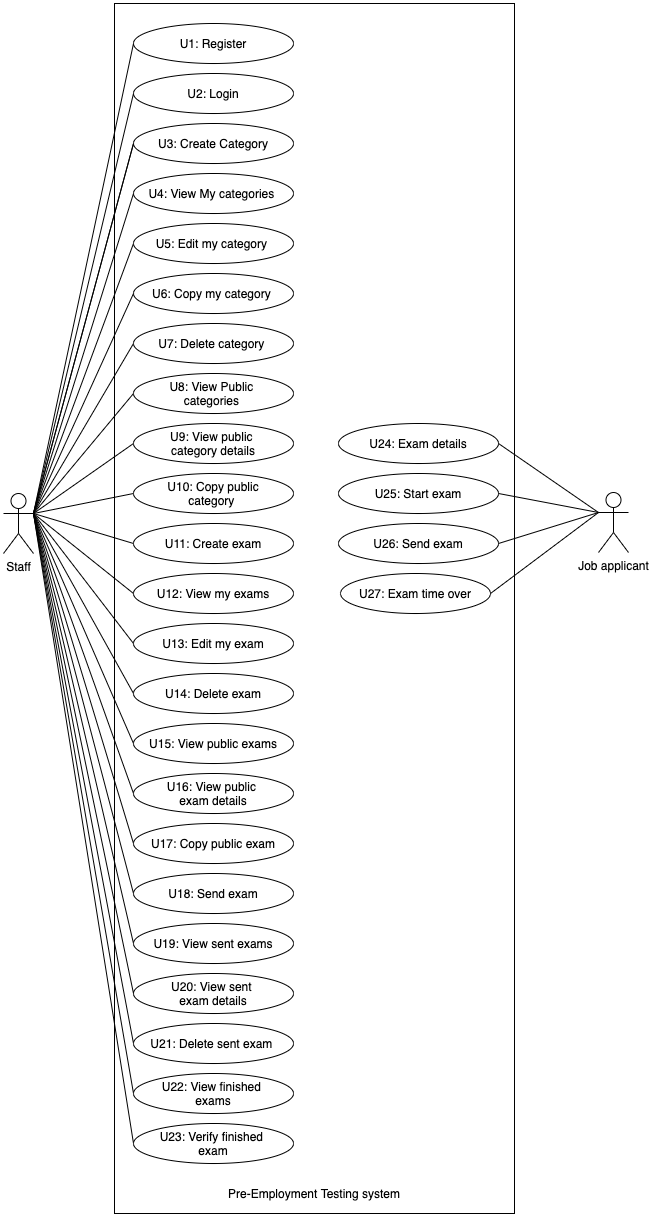
satawatnack/IT-KMITL-Latex keeps this draw.io diagram as COOP report/images/examaUseCaseDiagram .png. Above is the earlier version. Source tidied: cells renumbered, new cells last; positions are measured from the earlier drawing's top-left corner, leaving out a move shared by most shapes.
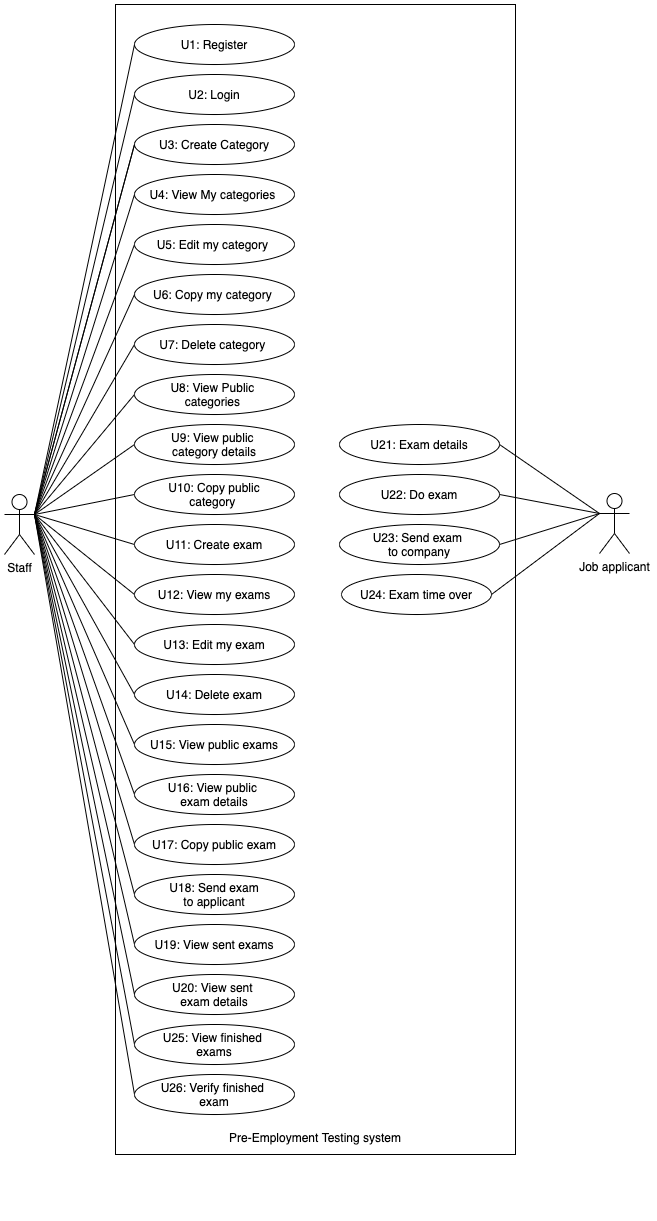
The same file after the commit.

Change to the diagram source:
```diff
@@ -6,7 +6,7 @@
       <mxGeometry y="490" width="30" height="60" as="geometry" />
     </mxCell>
     <mxCell id="3" style="rounded=0;whiteSpace=wrap;html=1;" parent="1" vertex="1">
-      <mxGeometry x="111" width="400" height="1210" as="geometry" />
+      <mxGeometry x="111" width="400" height="1150" as="geometry" />
     </mxCell>
     <mxCell id="4" value="U1: Register" style="ellipse;whiteSpace=wrap;html=1;" parent="1" vertex="1">
       <mxGeometry x="130" y="20" width="160" height="40" as="geometry" />
@@ -17,7 +17,7 @@
       </mxGeometry>
     </mxCell>
     <mxCell id="6" value="Pre-Employment Testing system" style="text;html=1;strokeColor=none;fillColor=none;align=center;verticalAlign=middle;whiteSpace=wrap;rounded=0;" parent="1" vertex="1">
-      <mxGeometry x="221" y="1180" width="180" height="20" as="geometry" />
+      <mxGeometry x="221" y="1123" width="180" height="20" as="geometry" />
     </mxCell>
     <mxCell id="7" value="U2: Login" style="ellipse;whiteSpace=wrap;html=1;" parent="1" vertex="1">
       <mxGeometry x="130" y="70" width="160" height="40" as="geometry" />
@@ -82,9 +82,6 @@
     <mxCell id="27" style="endArrow=none;html=1;entryX=0;entryY=0.5;entryDx=0;entryDy=0;exitX=1;exitY=0.3333333333333333;exitDx=0;exitDy=0;exitPerimeter=0;" parent="1" edge="1" source="2" target="46">
       <mxGeometry relative="1" as="geometry" />
     </mxCell>
-    <mxCell id="28" style="endArrow=none;html=1;entryX=0;entryY=0.5;entryDx=0;entryDy=0;exitX=1;exitY=0.3333333333333333;exitDx=0;exitDy=0;exitPerimeter=0;" parent="1" edge="1" source="2" target="48">
-      <mxGeometry relative="1" as="geometry" />
-    </mxCell>
     <mxCell id="29" style="endArrow=none;html=1;entryX=0;entryY=0.5;entryDx=0;entryDy=0;exitX=1;exitY=0.3333333333333333;exitDx=0;exitDy=0;exitPerimeter=0;" parent="1" edge="1" source="2" target="47">
       <mxGeometry relative="1" as="geometry" />
     </mxCell>
@@ -106,14 +103,14 @@
     <mxCell id="35" value="U15: View public exams" style="ellipse;whiteSpace=wrap;html=1;" parent="31" vertex="1">
       <mxGeometry y="500" width="160" height="40" as="geometry" />
     </mxCell>
-    <mxCell id="36" value="U18: Send exam" style="ellipse;whiteSpace=wrap;html=1;" parent="31" vertex="1">
+    <mxCell id="36" value="U18: Send exam&lt;br&gt;to&amp;nbsp;applicant" style="ellipse;whiteSpace=wrap;html=1;" parent="31" vertex="1">
       <mxGeometry y="650" width="160" height="40" as="geometry" />
     </mxCell>
     <mxCell id="37" value="U19: View sent exams" style="ellipse;whiteSpace=wrap;html=1;" parent="31" vertex="1">
       <mxGeometry y="700" width="160" height="40" as="geometry" />
     </mxCell>
-    <mxCell id="38" value="U22: View finished &lt;br&gt;exams" style="ellipse;whiteSpace=wrap;html=1;" parent="31" vertex="1">
-      <mxGeometry y="850" width="160" height="40" as="geometry" />
+    <mxCell id="38" value="U25: View finished &lt;br&gt;exams" style="ellipse;whiteSpace=wrap;html=1;" parent="31" vertex="1">
+      <mxGeometry y="800" width="160" height="40" as="geometry" />
     </mxCell>
     <mxCell id="39" value="U5: Edit my category&amp;nbsp;" style="ellipse;whiteSpace=wrap;html=1;" parent="31" vertex="1">
       <mxGeometry width="160" height="40" as="geometry" />
@@ -139,12 +136,9 @@
     <mxCell id="46" value="U16: View public &lt;br&gt;exam details" style="ellipse;whiteSpace=wrap;html=1;" parent="31" vertex="1">
       <mxGeometry y="550" width="160" height="40" as="geometry" />
     </mxCell>
-    <mxCell id="47" value="U23: Verify finished &lt;br&gt;exam" style="ellipse;whiteSpace=wrap;html=1;" parent="31" vertex="1">
-      <mxGeometry y="900" width="160" height="40" as="geometry" />
+    <mxCell id="47" value="U26: Verify finished &lt;br&gt;exam" style="ellipse;whiteSpace=wrap;html=1;" parent="31" vertex="1">
+      <mxGeometry y="850" width="160" height="40" as="geometry" />
     </mxCell>
-    <mxCell id="48" value="U21: Delete sent exam&amp;nbsp;" style="ellipse;whiteSpace=wrap;html=1;" parent="31" vertex="1">
-      <mxGeometry y="800" width="160" height="40" as="geometry" />
-    </mxCell>
     <mxCell id="49" value="U20: View sent &lt;br&gt;exam details" style="ellipse;whiteSpace=wrap;html=1;" parent="31" vertex="1">
       <mxGeometry y="750" width="160" height="40" as="geometry" />
     </mxCell>
@@ -163,13 +157,13 @@
     <mxCell id="54" value="Job applicant" style="shape=umlActor;verticalLabelPosition=bottom;labelBackgroundColor=#ffffff;verticalAlign=top;html=1;outlineConnect=0;" parent="53" vertex="1">
       <mxGeometry x="260" y="77" width="30" height="60" as="geometry" />
     </mxCell>
-    <mxCell id="55" value="U24: Exam details" style="ellipse;whiteSpace=wrap;html=1;" parent="53" vertex="1">
+    <mxCell id="55" value="U21: Exam details" style="ellipse;whiteSpace=wrap;html=1;" parent="53" vertex="1">
       <mxGeometry y="8" width="160" height="40" as="geometry" />
     </mxCell>
-    <mxCell id="56" value="U25: Start exam" style="ellipse;whiteSpace=wrap;html=1;" parent="53" vertex="1">
+    <mxCell id="56" value="U22: Do exam" style="ellipse;whiteSpace=wrap;html=1;" parent="53" vertex="1">
       <mxGeometry y="58" width="160" height="40" as="geometry" />
     </mxCell>
-    <mxCell id="57" value="U26: Send exam" style="ellipse;whiteSpace=wrap;html=1;" parent="53" vertex="1">
+    <mxCell id="57" value="U23: Send exam &lt;br&gt;to company" style="ellipse;whiteSpace=wrap;html=1;" parent="53" vertex="1">
       <mxGeometry y="108" width="160" height="40" as="geometry" />
     </mxCell>
     <mxCell id="58" style="endArrow=none;html=1;entryX=0;entryY=0.3333333333333333;entryDx=0;entryDy=0;entryPerimeter=0;exitX=1;exitY=0.5;exitDx=0;exitDy=0;" parent="53" edge="1" source="55" target="54">
@@ -181,7 +175,7 @@
     <mxCell id="60" style="endArrow=none;html=1;entryX=0;entryY=0.3333333333333333;entryDx=0;entryDy=0;entryPerimeter=0;exitX=1;exitY=0.5;exitDx=0;exitDy=0;" parent="53" edge="1" source="57" target="54">
       <mxGeometry relative="1" as="geometry" />
     </mxCell>
-    <mxCell id="61" value="U27: Exam time over" style="ellipse;whiteSpace=wrap;html=1;" parent="53" vertex="1">
+    <mxCell id="61" value="U24: Exam time over" style="ellipse;whiteSpace=wrap;html=1;" parent="53" vertex="1">
       <mxGeometry x="2" y="158" width="150" height="40" as="geometry" />
     </mxCell>
     <mxCell id="62" style="endArrow=none;html=1;entryX=0;entryY=0.3333333333333333;entryDx=0;entryDy=0;entryPerimeter=0;exitX=1;exitY=0.5;exitDx=0;exitDy=0;" parent="53" edge="1" source="61" target="54">
```
